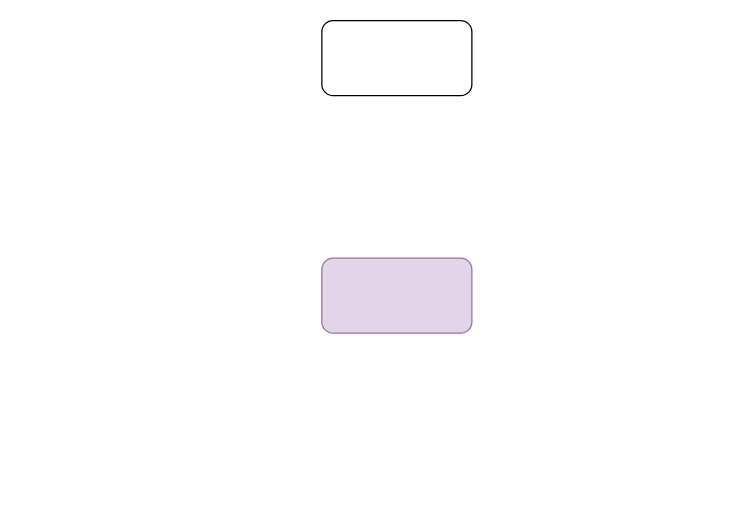
xiaowei0312/blog keeps this draw.io diagram as page "Full" (1 of 2) of Helium-Hotspot-Topologies.drawio. Above is the earlier version. Source tidied: cells renumbered, new cells numbered last; positions are measured from the earlier drawing's top-left corner, leaving out a move shared by most shapes. Both pictures are drawn from the tidied source at 125%, with x=0, y=0 at pixel (321, 20).
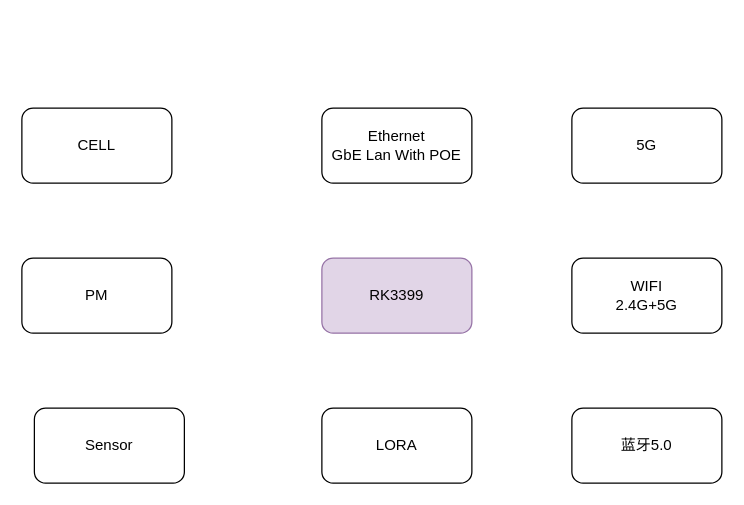
Above is the later version.

The edit, as a diff of the source:
```diff
@@
 <mxGraphModel>
   <root>
     <mxCell id="0" />
     <mxCell id="1" parent="0" />
-    <mxCell id="2" style="rounded=1;whiteSpace=wrap;html=1;fillColor=#e1d5e7;strokeColor=#9673a6;" parent="1" vertex="1">
+    <mxCell id="2" value="RK3399" style="rounded=1;whiteSpace=wrap;html=1;fillColor=#e1d5e7;strokeColor=#9673a6;" parent="1" vertex="1">
       <mxGeometry y="190" width="120" height="60" as="geometry" />
     </mxCell>
-    <mxCell id="3" style="rounded=1;whiteSpace=wrap;html=1;" parent="1" vertex="1">
-      <mxGeometry width="120" height="60" as="geometry" />
-    </mxCell>
+    <mxCell id="4" value="LORA" style="rounded=1;whiteSpace=wrap;html=1;" parent="1" vertex="1">
+      <mxGeometry y="310" width="120" height="60" as="geometry" />
+    </mxCell>
+    <mxCell id="5" value="5G" style="rounded=1;whiteSpace=wrap;html=1;" parent="1" vertex="1">
+      <mxGeometry x="200" y="70" width="120" height="60" as="geometry" />
+    </mxCell>
+    <mxCell id="6" value="Ethernet&lt;br&gt;GbE Lan With POE" style="rounded=1;whiteSpace=wrap;html=1;" parent="1" vertex="1">
+      <mxGeometry y="70" width="120" height="60" as="geometry" />
+    </mxCell>
+    <mxCell id="7" value="WIFI&lt;br&gt;2.4G+5G" style="rounded=1;whiteSpace=wrap;html=1;" parent="1" vertex="1">
+      <mxGeometry x="200" y="190" width="120" height="60" as="geometry" />
+    </mxCell>
+    <mxCell id="8" value="蓝牙5.0" style="rounded=1;whiteSpace=wrap;html=1;" parent="1" vertex="1">
+      <mxGeometry x="200" y="310" width="120" height="60" as="geometry" />
+    </mxCell>
+    <mxCell id="9" value="Sensor" style="rounded=1;whiteSpace=wrap;html=1;" parent="1" vertex="1">
+      <mxGeometry x="-230" y="310" width="120" height="60" as="geometry" />
+    </mxCell>
+    <mxCell id="10" value="CELL" style="rounded=1;whiteSpace=wrap;html=1;" parent="1" vertex="1">
+      <mxGeometry x="-240" y="70" width="120" height="60" as="geometry" />
+    </mxCell>
+    <mxCell id="11" value="PM" style="rounded=1;whiteSpace=wrap;html=1;" parent="1" vertex="1">
+      <mxGeometry x="-240" y="190" width="120" height="60" as="geometry" />
+    </mxCell>
   </root>
 </mxGraphModel>
```
